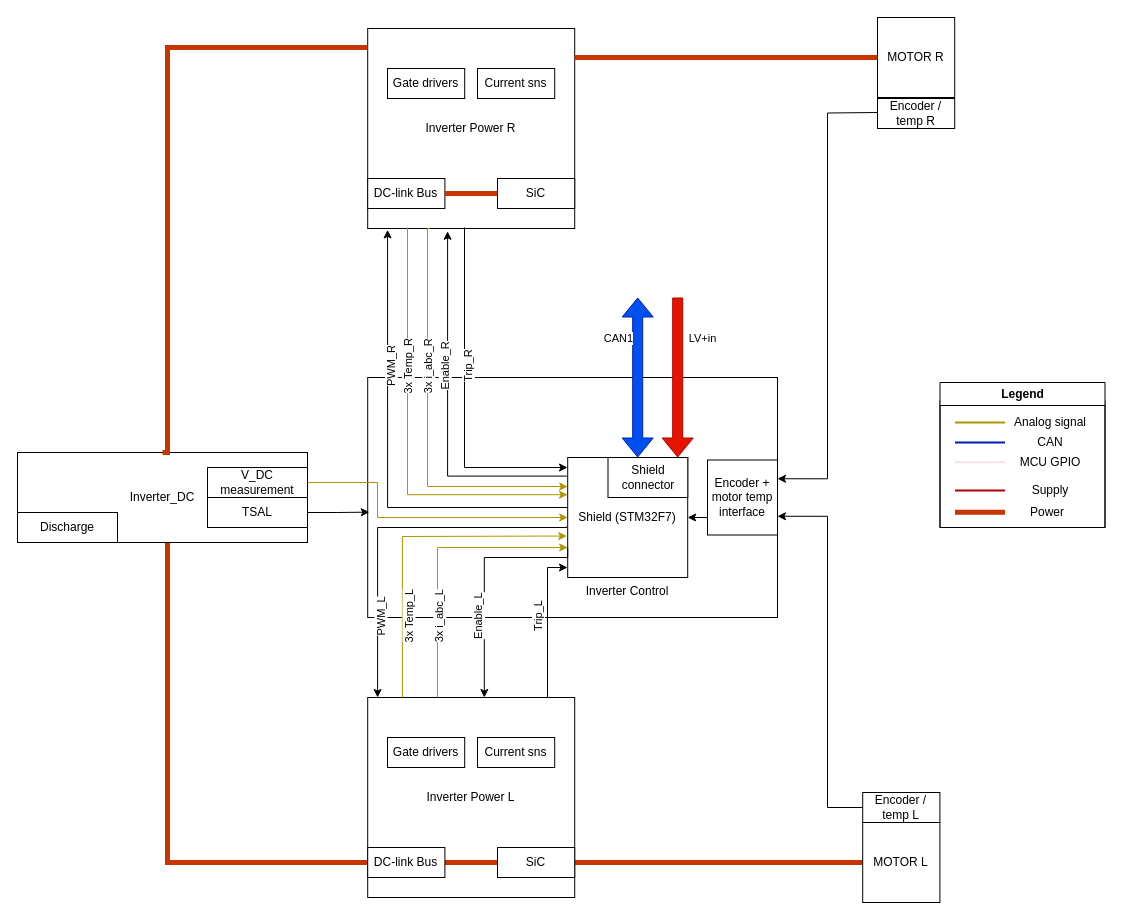
This is HW/Inverter_HW.drawio from dweggg/Inverter, a draw.io file, before an edit. Source tidied: cells renumbered, new cells numbered last; positions are measured from the earlier drawing's top-left corner, leaving out a move shared by most shapes. Both pictures are drawn from the tidied source at 100%, with x=0, y=0 at pixel (17, 17).
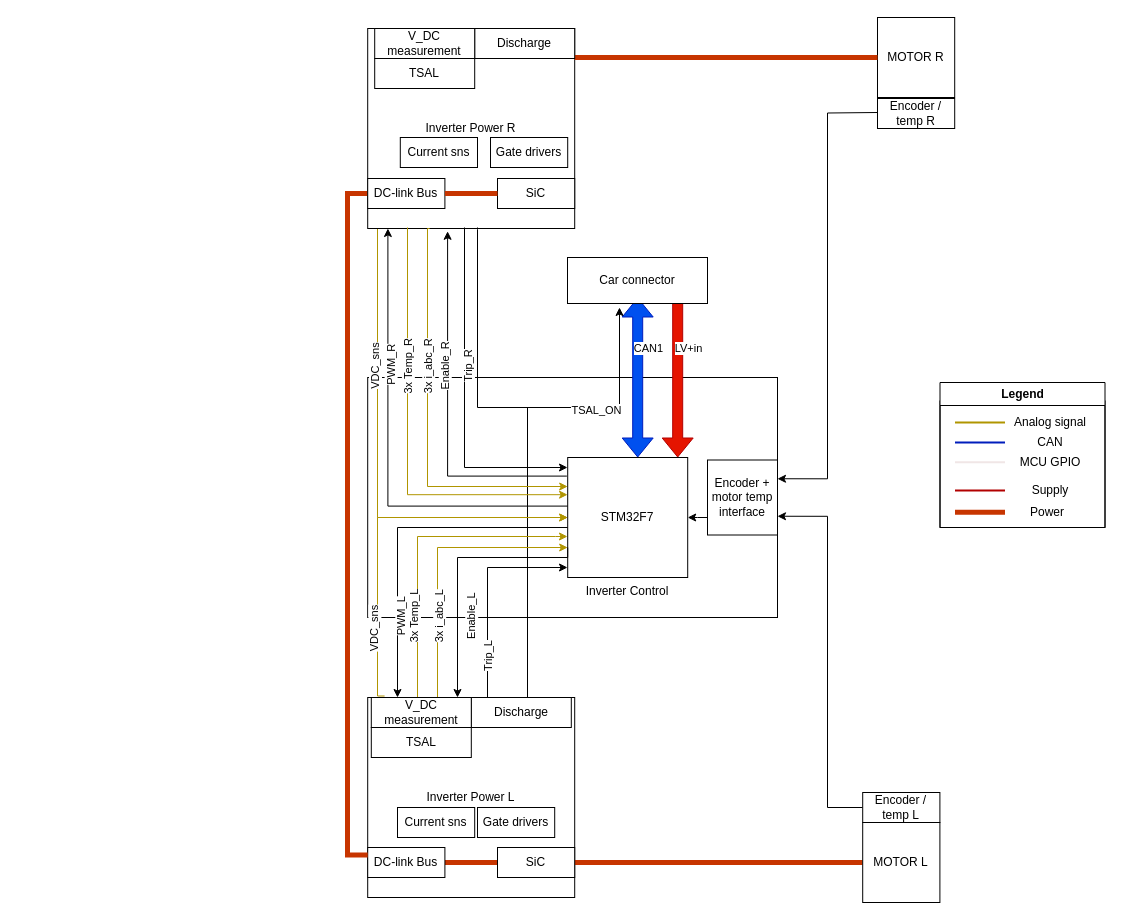
The same diagram, later.

The change refers to these unchanged cells:
```xml
<mxCell id="2" value="&lt;br&gt;&lt;br&gt;&lt;br&gt;&lt;br&gt;&lt;br&gt;&lt;br&gt;&lt;br&gt;&lt;br&gt;&lt;br&gt;&lt;br&gt;&lt;br&gt;&lt;br&gt;&lt;br&gt;&amp;nbsp; &amp;nbsp; &amp;nbsp; &amp;nbsp; &amp;nbsp; &amp;nbsp; &amp;nbsp; &amp;nbsp; &amp;nbsp; &amp;nbsp; &amp;nbsp; &amp;nbsp; &amp;nbsp; &amp;nbsp; &amp;nbsp; &amp;nbsp; &amp;nbsp;Inverter Control" style="rounded=0;whiteSpace=wrap;html=1;" parent="1" vertex="1">
  <mxGeometry x="350.2" y="360" width="409.8" height="240" as="geometry" />
</mxCell>
<mxCell id="6" style="shape=flexArrow;endArrow=classic;startArrow=classic;html=1;rounded=0;fillColor=#0050ef;strokeColor=#001DBC;" parent="1" edge="1">
  <mxGeometry relative="1" as="geometry">
    <mxPoint x="620.2" y="440" as="sourcePoint" />
    <mxPoint x="620.2" y="280" as="targetPoint" />
  </mxGeometry>
</mxCell>
<mxCell id="10" value="Inverter Power L" style="rounded=0;whiteSpace=wrap;html=1;" parent="1" vertex="1">
  <mxGeometry x="350.2" y="680" width="207" height="200" as="geometry" />
</mxCell>
<mxCell id="13" style="shape=flexArrow;endArrow=classic;html=1;rounded=0;fillColor=#e51400;strokeColor=#B20000;" parent="1" edge="1">
  <mxGeometry relative="1" as="geometry">
    <mxPoint x="660.2" y="280" as="sourcePoint" />
    <mxPoint x="660.2" y="440" as="targetPoint" />
  </mxGeometry>
</mxCell>
<mxCell id="30" value="DC-link Bus" style="rounded=0;whiteSpace=wrap;html=1;direction=west;" parent="1" vertex="1">
  <mxGeometry x="350.2" y="830" width="77.2" height="30" as="geometry" />
</mxCell>
<mxCell id="50" value="Inverter Power R" style="rounded=0;whiteSpace=wrap;html=1;" parent="1" vertex="1">
  <mxGeometry x="350.2" y="11" width="207" height="200" as="geometry" />
</mxCell>
<mxCell id="52" value="DC-link Bus" style="rounded=0;whiteSpace=wrap;html=1;direction=west;" parent="1" vertex="1">
  <mxGeometry x="350.2" y="161" width="77.2" height="30" as="geometry" />
</mxCell>
```

What changed in the source:
```diff
@@
-    <mxCell id="3" style="edgeStyle=orthogonalEdgeStyle;rounded=0;jettySize=auto;html=1;exitX=-0.007;exitY=0.574;exitDx=0;exitDy=0;entryX=0.048;entryY=0;entryDx=0;entryDy=0;entryPerimeter=0;exitPerimeter=0;" parent="1" edge="1" source="5" target="10">
+    <mxCell id="3" style="edgeStyle=orthogonalEdgeStyle;rounded=0;orthogonalLoop=1;jettySize=auto;html=1;exitX=-0.007;exitY=0.574;exitDx=0;exitDy=0;entryX=0.048;entryY=0;entryDx=0;entryDy=0;entryPerimeter=0;exitPerimeter=0;" parent="1" edge="1">
       <mxGeometry relative="1" as="geometry">
+        <mxPoint x="569.2" y="508.9" as="sourcePoint" />
+        <mxPoint x="380" y="680" as="targetPoint" />
         <Array as="points">
-          <mxPoint x="549" y="510" />
-          <mxPoint x="360" y="510" />
+          <mxPoint x="568.8" y="510" />
+          <mxPoint x="379.8" y="510" />
         </Array>
       </mxGeometry>
     </mxCell>
@@
-    <mxCell id="5" value="Shield (STM32F7)" style="whiteSpace=wrap;html=1;" parent="1" vertex="1">
+    <mxCell id="5" value="STM32F7" style="whiteSpace=wrap;html=1;" parent="1" vertex="1">
       <mxGeometry x="550.2" y="440" width="120" height="120" as="geometry" />
     </mxCell>
@@
     <mxCell id="7" value="CAN1" style="edgeLabel;html=1;align=center;verticalAlign=middle;" parent="6" vertex="1">
       <mxGeometry x="-0.45" y="-1" relative="1" as="geometry">
-        <mxPoint x="-21" y="-76" as="offset" />
+        <mxPoint x="9" y="-66" as="offset" />
       </mxGeometry>
     </mxCell>
     <mxCell id="8" style="edgeStyle=orthogonalEdgeStyle;rounded=0;jettySize=auto;html=1;" parent="1" edge="1" source="10">
       <mxGeometry relative="1" as="geometry">
         <mxPoint x="550" y="550" as="targetPoint" />
         <Array as="points">
-          <mxPoint x="530" y="550" />
-          <mxPoint x="550" y="550" />
+          <mxPoint x="470" y="550" />
         </Array>
       </mxGeometry>
     </mxCell>
     <mxCell id="9" value="Trip_L" style="edgeLabel;html=1;align=center;verticalAlign=middle;rotation=270;" parent="8" vertex="1">
       <mxGeometry x="0.52" y="-1" relative="1" as="geometry">
-        <mxPoint x="-11" y="34" as="offset" />
+        <mxPoint x="-30" y="89" as="offset" />
       </mxGeometry>
     </mxCell>
+    <mxCell id="71" style="edgeStyle=orthogonalEdgeStyle;rounded=0;jettySize=auto;html=1;endArrow=none;endFill=0;" parent="1" edge="1" source="10">
+      <mxGeometry relative="1" as="geometry">
+        <mxPoint x="590" y="390" as="targetPoint" />
+        <Array as="points">
+          <mxPoint x="510" y="390" />
+        </Array>
+      </mxGeometry>
+    </mxCell>
@@
-    <mxCell id="11" style="edgeStyle=orthogonalEdgeStyle;rounded=0;jettySize=auto;html=1;entryX=1;entryY=0.5;entryDx=0;entryDy=0;strokeWidth=5;endArrow=none;endFill=0;fillColor=#fa6800;strokeColor=#C73500;" parent="1" edge="1" source="12" target="30">
-      <mxGeometry relative="1" as="geometry">
-        <Array as="points">
-          <mxPoint x="150" y="845" />
-        </Array>
-      </mxGeometry>
-    </mxCell>
-    <mxCell id="12" value="Inverter_DC" style="rounded=0;whiteSpace=wrap;html=1;" parent="1" vertex="1">
-      <mxGeometry y="435" width="290" height="90" as="geometry" />
-    </mxCell>
@@
     <mxCell id="14" value="LV+in" style="edgeLabel;html=1;align=center;verticalAlign=middle;" parent="13" vertex="1">
       <mxGeometry x="-0.54" y="-2" relative="1" as="geometry">
-        <mxPoint x="26" y="3" as="offset" />
+        <mxPoint x="12" y="13" as="offset" />
       </mxGeometry>
     </mxCell>
@@
-    <mxCell id="27" value="Discharge" style="rounded=0;whiteSpace=wrap;html=1;" parent="1" vertex="1">
-      <mxGeometry y="495" width="100" height="30" as="geometry" />
-    </mxCell>
-    <mxCell id="28" value="V_DC measurement" style="rounded=0;whiteSpace=wrap;html=1;" parent="1" vertex="1">
-      <mxGeometry x="190" y="450" width="100" height="30" as="geometry" />
-    </mxCell>
@@
-    <mxCell id="31" style="edgeStyle=orthogonalEdgeStyle;rounded=0;jettySize=auto;html=1;entryX=0.048;entryY=0;entryDx=0;entryDy=0;entryPerimeter=0;endArrow=none;endFill=0;startArrow=classic;startFill=1;fillColor=#e3c800;strokeColor=#B09500;exitX=-0.007;exitY=0.655;exitDx=0;exitDy=0;exitPerimeter=0;" parent="1" edge="1" source="5">
+    <mxCell id="31" style="edgeStyle=orthogonalEdgeStyle;rounded=0;orthogonalLoop=1;jettySize=auto;html=1;entryX=0.048;entryY=0;entryDx=0;entryDy=0;entryPerimeter=0;endArrow=none;endFill=0;startArrow=classic;startFill=1;fillColor=#e3c800;strokeColor=#B09500;" parent="1" edge="1">
       <mxGeometry relative="1" as="geometry">
-        <mxPoint x="384.9" y="680" as="targetPoint" />
+        <mxPoint x="550" y="519" as="sourcePoint" />
+        <mxPoint x="400" y="680" as="targetPoint" />
         <Array as="points">
-          <mxPoint x="523" y="519" />
-          <mxPoint x="385" y="519" />
+          <mxPoint x="538.1" y="519" />
+          <mxPoint x="400.1" y="519" />
         </Array>
       </mxGeometry>
     </mxCell>
@@
-    <mxCell id="35" style="edgeStyle=orthogonalEdgeStyle;rounded=0;jettySize=auto;html=1;entryX=0.048;entryY=0;entryDx=0;entryDy=0;entryPerimeter=0;exitX=0;exitY=0.75;exitDx=0;exitDy=0;" parent="1" edge="1" source="5">
+    <mxCell id="35" style="edgeStyle=orthogonalEdgeStyle;rounded=0;jettySize=auto;html=1;exitX=0;exitY=0.75;exitDx=0;exitDy=0;" parent="1" edge="1" target="10">
       <mxGeometry relative="1" as="geometry">
-        <mxPoint x="466.8" y="680" as="targetPoint" />
+        <mxPoint x="550.2" y="530" as="sourcePoint" />
         <Array as="points">
           <mxPoint x="550" y="540" />
-          <mxPoint x="467" y="540" />
+          <mxPoint x="440" y="540" />
         </Array>
       </mxGeometry>
     </mxCell>
@@
-    <mxCell id="39" value="Shield connector" style="rounded=0;whiteSpace=wrap;html=1;" parent="1" vertex="1">
-      <mxGeometry x="590.5" y="440" width="79.8" height="40" as="geometry" />
-    </mxCell>
-    <mxCell id="40" value="TSAL" style="rounded=0;whiteSpace=wrap;html=1;" parent="1" vertex="1">
-      <mxGeometry x="190" y="480" width="100" height="30" as="geometry" />
-    </mxCell>
@@
     <mxCell id="42" value="Gate drivers" style="rounded=0;whiteSpace=wrap;html=1;direction=west;" parent="1" vertex="1">
-      <mxGeometry x="370" y="720" width="77.2" height="30" as="geometry" />
+      <mxGeometry x="460" y="790" width="77.2" height="30" as="geometry" />
     </mxCell>
     <mxCell id="43" value="Current sns" style="rounded=0;whiteSpace=wrap;html=1;direction=west;" parent="1" vertex="1">
-      <mxGeometry x="460" y="720" width="77.2" height="30" as="geometry" />
+      <mxGeometry x="380" y="790" width="77.2" height="30" as="geometry" />
     </mxCell>
@@
     <mxCell id="46" style="edgeStyle=orthogonalEdgeStyle;rounded=0;jettySize=auto;html=1;fillColor=#e3c800;strokeColor=#B09500;entryX=0;entryY=0.5;entryDx=0;entryDy=0;" parent="1" edge="1" source="28" target="5">
       <mxGeometry relative="1" as="geometry">
         <Array as="points">
-          <mxPoint x="360" y="465" />
           <mxPoint x="360" y="500" />
         </Array>
       </mxGeometry>
     </mxCell>
-    <mxCell id="47" style="edgeStyle=orthogonalEdgeStyle;rounded=0;jettySize=auto;html=1;entryX=0.004;entryY=0.561;entryDx=0;entryDy=0;entryPerimeter=0;" parent="1" edge="1" source="40" target="2">
-      <mxGeometry relative="1" as="geometry" />
-    </mxCell>
+    <mxCell id="72" value="VDC_sns" style="edgeLabel;html=1;align=center;verticalAlign=middle;rotation=270;" parent="46" vertex="1">
+      <mxGeometry x="-0.33" relative="1" as="geometry">
+        <mxPoint x="-3" y="92" as="offset" />
+      </mxGeometry>
+    </mxCell>
@@
-    <mxCell id="51" style="edgeStyle=orthogonalEdgeStyle;rounded=0;jettySize=auto;html=1;strokeWidth=5;endArrow=none;endFill=0;fillColor=#fa6800;strokeColor=#C73500;exitX=0.5;exitY=0;exitDx=0;exitDy=0;" parent="1" edge="1" source="12">
-      <mxGeometry relative="1" as="geometry">
-        <mxPoint x="350" y="30" as="targetPoint" />
-        <Array as="points">
-          <mxPoint x="150" y="435" />
-          <mxPoint x="150" y="30" />
-          <mxPoint x="350" y="30" />
-        </Array>
-      </mxGeometry>
-    </mxCell>
+    <mxCell id="73" style="edgeStyle=orthogonalEdgeStyle;rounded=0;jettySize=auto;html=1;entryX=1;entryY=0.75;entryDx=0;entryDy=0;fillColor=#fa6800;strokeColor=#C73500;strokeWidth=5;endArrow=none;endFill=0;" parent="1" edge="1" source="52" target="30">
+      <mxGeometry relative="1" as="geometry">
+        <Array as="points">
+          <mxPoint x="330" y="176" />
+          <mxPoint x="330" y="838" />
+        </Array>
+      </mxGeometry>
+    </mxCell>
@@
     <mxCell id="57" value="Gate drivers" style="rounded=0;whiteSpace=wrap;html=1;direction=west;" parent="1" vertex="1">
-      <mxGeometry x="370" y="51" width="77.2" height="30" as="geometry" />
+      <mxGeometry x="473" y="120" width="77.2" height="30" as="geometry" />
     </mxCell>
     <mxCell id="58" value="Current sns" style="rounded=0;whiteSpace=wrap;html=1;direction=west;" parent="1" vertex="1">
-      <mxGeometry x="460" y="51" width="77.2" height="30" as="geometry" />
+      <mxGeometry x="382.8" y="120" width="77.2" height="30" as="geometry" />
     </mxCell>
@@
-    <mxCell id="60" style="edgeStyle=orthogonalEdgeStyle;rounded=0;jettySize=auto;html=1;entryX=0.096;entryY=1.007;entryDx=0;entryDy=0;entryPerimeter=0;" parent="1" edge="1" target="50">
+    <mxCell id="60" style="edgeStyle=orthogonalEdgeStyle;rounded=0;orthogonalLoop=1;jettySize=auto;html=1;entryX=0.096;entryY=1.007;entryDx=0;entryDy=0;entryPerimeter=0;" parent="1" edge="1">
       <mxGeometry relative="1" as="geometry">
-        <mxPoint x="550" y="490" as="sourcePoint" />
+        <mxPoint x="550.2" y="488.6" as="sourcePoint" />
+        <mxPoint x="370.4" y="211" as="targetPoint" />
         <Array as="points">
-          <mxPoint x="370" y="490" />
+          <mxPoint x="370.2" y="488.6" />
         </Array>
       </mxGeometry>
     </mxCell>
@@
+    <mxCell id="27" value="Discharge" style="rounded=0;whiteSpace=wrap;html=1;" parent="1" vertex="1">
+      <mxGeometry x="457.2" y="11" width="100" height="30" as="geometry" />
+    </mxCell>
+    <mxCell id="28" value="V_DC measurement" style="rounded=0;whiteSpace=wrap;html=1;" parent="1" vertex="1">
+      <mxGeometry x="357.2" y="11" width="100" height="30" as="geometry" />
+    </mxCell>
+    <mxCell id="40" value="TSAL" style="rounded=0;whiteSpace=wrap;html=1;" parent="1" vertex="1">
+      <mxGeometry x="357.2" y="41" width="100" height="30" as="geometry" />
+    </mxCell>
+    <mxCell id="47" style="edgeStyle=orthogonalEdgeStyle;rounded=0;orthogonalLoop=1;jettySize=auto;html=1;" parent="1" edge="1">
+      <mxGeometry relative="1" as="geometry">
+        <mxPoint x="460" y="210" as="sourcePoint" />
+        <mxPoint x="602" y="290" as="targetPoint" />
+        <Array as="points">
+          <mxPoint x="460" y="212" />
+          <mxPoint x="460" y="390" />
+          <mxPoint x="602" y="390" />
+        </Array>
+      </mxGeometry>
+    </mxCell>
+    <mxCell id="74" value="TSAL_ON" style="edgeLabel;html=1;align=center;verticalAlign=middle;" parent="47" vertex="1">
+      <mxGeometry x="0.41" y="-2" relative="1" as="geometry" />
+    </mxCell>
+    <mxCell id="75" value="Discharge" style="rounded=0;whiteSpace=wrap;html=1;" parent="1" vertex="1">
+      <mxGeometry x="453.8" y="680" width="100" height="30" as="geometry" />
+    </mxCell>
+    <mxCell id="76" value="V_DC measurement" style="rounded=0;whiteSpace=wrap;html=1;" parent="1" vertex="1">
+      <mxGeometry x="353.8" y="680" width="100" height="30" as="geometry" />
+    </mxCell>
+    <mxCell id="77" value="TSAL" style="rounded=0;whiteSpace=wrap;html=1;" parent="1" vertex="1">
+      <mxGeometry x="353.8" y="710" width="100" height="30" as="geometry" />
+    </mxCell>
+    <mxCell id="78" style="edgeStyle=orthogonalEdgeStyle;rounded=0;jettySize=auto;html=1;fillColor=#e3c800;strokeColor=#B09500;entryX=0;entryY=0.5;entryDx=0;entryDy=0;exitX=0.133;exitY=-0.049;exitDx=0;exitDy=0;exitPerimeter=0;" parent="1" edge="1" source="76">
+      <mxGeometry relative="1" as="geometry">
+        <mxPoint x="550.2" y="500" as="targetPoint" />
+        <Array as="points">
+          <mxPoint x="360" y="679" />
+          <mxPoint x="360" y="500" />
+        </Array>
+      </mxGeometry>
+    </mxCell>
+    <mxCell id="79" value="VDC_sns" style="edgeLabel;html=1;align=center;verticalAlign=middle;rotation=270;" parent="78" vertex="1">
+      <mxGeometry x="-0.33" relative="1" as="geometry">
+        <mxPoint x="-3" y="53" as="offset" />
+      </mxGeometry>
+    </mxCell>
+    <mxCell id="80" value="Car connector" style="rounded=0;whiteSpace=wrap;html=1;direction=west;" parent="1" vertex="1">
+      <mxGeometry x="550" y="240" width="140" height="46" as="geometry" />
+    </mxCell>
```
